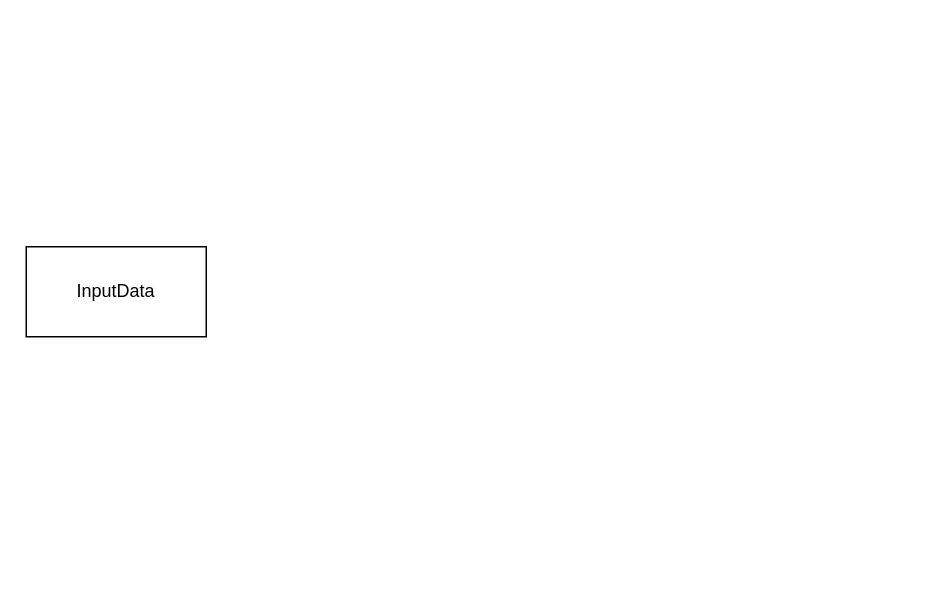
Earlier version of the draw.io diagram 名称未設定ファイル.drawio (ReoF777/chartSandBox). Source tidied: cells renumbered, new cells numbered last; positions are measured from the earlier drawing's top-left corner, leaving out a move shared by most shapes. Both pictures are drawn from the tidied source at 150%, with x=0, y=0 at pixel (26, 246).
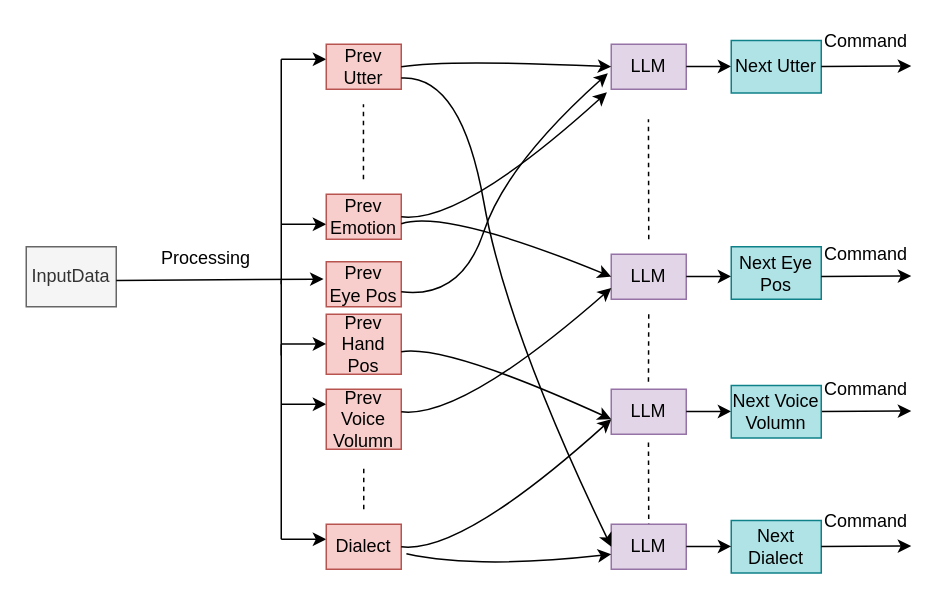
The same diagram, later.

Commit message (it also covers changes not shown here):
名称未設定ファイル.drawio を更新します

What changed in the source:
```diff
@@
-    <mxCell id="2" value="InputData" style="rounded=0;whiteSpace=wrap;html=1;" parent="1" vertex="1">
-      <mxGeometry width="120" height="60" as="geometry" />
+    <mxCell id="2" value="InputData" style="rounded=0;whiteSpace=wrap;html=1;fillColor=#f5f5f5;fontColor=#333333;strokeColor=#666666;" parent="1" vertex="1">
+      <mxGeometry width="60" height="40" as="geometry" />
     </mxCell>
+    <mxCell id="3" value="Prev Hand Pos" style="whiteSpace=wrap;html=1;rounded=0;fillColor=#f8cecc;strokeColor=#b85450;" parent="1" vertex="1">
+      <mxGeometry x="200" y="45" width="50" height="40" as="geometry" />
+    </mxCell>
+    <mxCell id="4" value="Prev Eye Pos" style="rounded=0;whiteSpace=wrap;html=1;fillColor=#f8cecc;strokeColor=#b85450;" parent="1" vertex="1">
+      <mxGeometry x="200" y="10" width="50" height="30" as="geometry" />
+    </mxCell>
+    <mxCell id="5" style="endArrow=none;html=1;rounded=0;" parent="1" edge="1">
+      <mxGeometry relative="1" as="geometry">
+        <mxPoint x="170" y="25" as="sourcePoint" />
+        <mxPoint x="170" y="-125" as="targetPoint" />
+      </mxGeometry>
+    </mxCell>
+    <mxCell id="6" style="endArrow=none;html=1;rounded=0;" parent="1" edge="1">
+      <mxGeometry relative="1" as="geometry">
+        <mxPoint x="170" y="195" as="sourcePoint" />
+        <mxPoint x="170" y="65" as="targetPoint" />
+      </mxGeometry>
+    </mxCell>
+    <mxCell id="7" style="endArrow=classic;html=1;rounded=0;" parent="1" edge="1">
+      <mxGeometry relative="1" as="geometry">
+        <mxPoint x="170" y="-15" as="sourcePoint" />
+        <mxPoint x="200" y="-15" as="targetPoint" />
+      </mxGeometry>
+    </mxCell>
+    <mxCell id="8" style="endArrow=classic;html=1;rounded=0;" parent="1" edge="1">
+      <mxGeometry relative="1" as="geometry">
+        <mxPoint x="170" y="-125" as="sourcePoint" />
+        <mxPoint x="200" y="-125" as="targetPoint" />
+      </mxGeometry>
+    </mxCell>
+    <mxCell id="9" style="endArrow=classic;html=1;rounded=0;" parent="1" edge="1">
+      <mxGeometry relative="1" as="geometry">
+        <mxPoint x="170" y="105" as="sourcePoint" />
+        <mxPoint x="200" y="105" as="targetPoint" />
+      </mxGeometry>
+    </mxCell>
+    <mxCell id="10" style="endArrow=classic;html=1;rounded=0;" parent="1" edge="1">
+      <mxGeometry relative="1" as="geometry">
+        <mxPoint x="170" y="195" as="sourcePoint" />
+        <mxPoint x="200" y="195" as="targetPoint" />
+      </mxGeometry>
+    </mxCell>
+    <mxCell id="11" style="endArrow=classic;html=1;rounded=0;" parent="1" edge="1">
+      <mxGeometry relative="1" as="geometry">
+        <mxPoint x="170" y="64.8" as="sourcePoint" />
+        <mxPoint x="200" y="64.8" as="targetPoint" />
+      </mxGeometry>
+    </mxCell>
+    <mxCell id="12" style="endArrow=classic;html=1;rounded=0;" parent="1" edge="1">
+      <mxGeometry relative="1" as="geometry">
+        <mxPoint x="530" y="109.8" as="sourcePoint" />
+        <mxPoint x="590" y="109.5" as="targetPoint" />
+      </mxGeometry>
+    </mxCell>
+    <mxCell id="13" style="endArrow=none;dashed=1;html=1;rounded=0;" parent="1" edge="1">
+      <mxGeometry relative="1" as="geometry">
+        <mxPoint x="225" y="175" as="sourcePoint" />
+        <mxPoint x="225" y="145" as="targetPoint" />
+      </mxGeometry>
+    </mxCell>
+    <mxCell id="14" value="LLM" style="whiteSpace=wrap;html=1;rounded=0;fillColor=#e1d5e7;strokeColor=#9673a6;" parent="1" vertex="1">
+      <mxGeometry x="390" y="5" width="50" height="30" as="geometry" />
+    </mxCell>
+    <mxCell id="15" value="Prev Utter" style="whiteSpace=wrap;html=1;rounded=0;fillColor=#f8cecc;strokeColor=#b85450;" parent="1" vertex="1">
+      <mxGeometry x="200" y="-135" width="50" height="30" as="geometry" />
+    </mxCell>
+    <mxCell id="16" value="LLM" style="whiteSpace=wrap;html=1;rounded=0;fillColor=#e1d5e7;strokeColor=#9673a6;" parent="1" vertex="1">
+      <mxGeometry x="390" y="-135" width="50" height="30" as="geometry" />
+    </mxCell>
+    <mxCell id="17" value="Prev Emotion" style="whiteSpace=wrap;html=1;rounded=0;fillColor=#f8cecc;strokeColor=#b85450;" parent="1" vertex="1">
+      <mxGeometry x="200" y="-35" width="50" height="30" as="geometry" />
+    </mxCell>
+    <mxCell id="18" value="Dialect" style="whiteSpace=wrap;html=1;rounded=0;fillColor=#f8cecc;strokeColor=#b85450;" parent="1" vertex="1">
+      <mxGeometry x="200" y="185" width="50" height="30" as="geometry" />
+    </mxCell>
+    <mxCell id="19" value="Prev Voice Volumn" style="whiteSpace=wrap;html=1;rounded=0;fillColor=#f8cecc;strokeColor=#b85450;" parent="1" vertex="1">
+      <mxGeometry x="200" y="95" width="50" height="40" as="geometry" />
+    </mxCell>
+    <mxCell id="20" value="LLM" style="whiteSpace=wrap;html=1;rounded=0;fillColor=#e1d5e7;strokeColor=#9673a6;" parent="1" vertex="1">
+      <mxGeometry x="390" y="95" width="50" height="30" as="geometry" />
+    </mxCell>
+    <mxCell id="21" style="endArrow=none;dashed=1;html=1;rounded=0;" parent="1" edge="1">
+      <mxGeometry relative="1" as="geometry">
+        <mxPoint x="224.8" y="-45" as="sourcePoint" />
+        <mxPoint x="224.8" y="-95" as="targetPoint" />
+      </mxGeometry>
+    </mxCell>
+    <mxCell id="22" style="curved=1;endArrow=classic;html=1;rounded=0;entryX=0;entryY=0.5;entryDx=0;entryDy=0;exitX=1;exitY=0.657;exitDx=0;exitDy=0;exitPerimeter=0;" parent="1" edge="1" source="17" target="14">
+      <mxGeometry relative="1" as="geometry">
+        <Array as="points">
+          <mxPoint x="280" y="-25" />
+        </Array>
+      </mxGeometry>
+    </mxCell>
+    <mxCell id="23" style="curved=1;endArrow=classic;html=1;rounded=0;exitX=1;exitY=0.5;exitDx=0;exitDy=0;entryX=-0.058;entryY=1.069;entryDx=0;entryDy=0;entryPerimeter=0;" parent="1" edge="1" source="17" target="16">
+      <mxGeometry relative="1" as="geometry">
+        <Array as="points">
+          <mxPoint x="290" y="-15" />
+        </Array>
+      </mxGeometry>
+    </mxCell>
+    <mxCell id="24" style="curved=1;endArrow=classic;html=1;rounded=0;exitX=1;exitY=0.5;exitDx=0;exitDy=0;entryX=0;entryY=0.5;entryDx=0;entryDy=0;" parent="1" edge="1" target="16">
+      <mxGeometry relative="1" as="geometry">
+        <mxPoint x="250" y="-120" as="sourcePoint" />
+        <Array as="points">
+          <mxPoint x="280" y="-125" />
+        </Array>
+      </mxGeometry>
+    </mxCell>
+    <mxCell id="25" style="curved=1;endArrow=classic;html=1;rounded=0;entryX=0;entryY=0.5;entryDx=0;entryDy=0;exitX=1;exitY=0.5;exitDx=0;exitDy=0;" parent="1" edge="1">
+      <mxGeometry relative="1" as="geometry">
+        <mxPoint x="250" y="70" as="sourcePoint" />
+        <mxPoint x="390" y="115" as="targetPoint" />
+        <Array as="points">
+          <mxPoint x="280" y="65" />
+        </Array>
+      </mxGeometry>
+    </mxCell>
+    <mxCell id="26" style="curved=1;endArrow=classic;html=1;rounded=0;exitX=1;exitY=0.5;exitDx=0;exitDy=0;" parent="1" edge="1">
+      <mxGeometry relative="1" as="geometry">
+        <mxPoint x="250" y="200" as="sourcePoint" />
+        <mxPoint x="390" y="115" as="targetPoint" />
+        <Array as="points">
+          <mxPoint x="290" y="205" />
+        </Array>
+      </mxGeometry>
+    </mxCell>
+    <mxCell id="27" style="curved=1;endArrow=classic;html=1;rounded=0;exitX=1;exitY=0.5;exitDx=0;exitDy=0;entryX=-0.046;entryY=0.646;entryDx=0;entryDy=0;entryPerimeter=0;" parent="1" edge="1" target="16">
+      <mxGeometry relative="1" as="geometry">
+        <mxPoint x="250" y="30" as="sourcePoint" />
+        <Array as="points">
+          <mxPoint x="290" y="35" />
+          <mxPoint x="320" y="-55" />
+        </Array>
+      </mxGeometry>
+    </mxCell>
+    <mxCell id="28" style="curved=1;endArrow=classic;html=1;rounded=0;exitX=1;exitY=0.5;exitDx=0;exitDy=0;entryX=0;entryY=0.75;entryDx=0;entryDy=0;" parent="1" edge="1" target="14">
+      <mxGeometry relative="1" as="geometry">
+        <mxPoint x="250" y="110" as="sourcePoint" />
+        <Array as="points">
+          <mxPoint x="290" y="115" />
+        </Array>
+      </mxGeometry>
+    </mxCell>
+    <mxCell id="29" style="endArrow=classic;html=1;rounded=0;" parent="1" edge="1">
+      <mxGeometry relative="1" as="geometry">
+        <mxPoint x="440" y="-120.2" as="sourcePoint" />
+        <mxPoint x="470" y="-120.2" as="targetPoint" />
+      </mxGeometry>
+    </mxCell>
+    <mxCell id="30" style="endArrow=classic;html=1;rounded=0;" parent="1" edge="1">
+      <mxGeometry relative="1" as="geometry">
+        <mxPoint x="440" y="109.8" as="sourcePoint" />
+        <mxPoint x="470" y="109.8" as="targetPoint" />
+      </mxGeometry>
+    </mxCell>
+    <mxCell id="31" style="endArrow=classic;html=1;rounded=0;" parent="1" edge="1">
+      <mxGeometry relative="1" as="geometry">
+        <mxPoint x="440" y="19.8" as="sourcePoint" />
+        <mxPoint x="470" y="19.8" as="targetPoint" />
+      </mxGeometry>
+    </mxCell>
+    <mxCell id="32" style="endArrow=none;dashed=1;html=1;rounded=0;" parent="1" edge="1">
+      <mxGeometry relative="1" as="geometry">
+        <mxPoint x="415" y="-5" as="sourcePoint" />
+        <mxPoint x="414.8" y="-85" as="targetPoint" />
+      </mxGeometry>
+    </mxCell>
+    <mxCell id="33" style="endArrow=none;dashed=1;html=1;rounded=0;" parent="1" edge="1">
+      <mxGeometry relative="1" as="geometry">
+        <mxPoint x="414.8" y="90" as="sourcePoint" />
+        <mxPoint x="415" y="45" as="targetPoint" />
+      </mxGeometry>
+    </mxCell>
+    <mxCell id="34" value="Next Utter" style="rounded=0;whiteSpace=wrap;html=1;fillColor=#b0e3e6;strokeColor=#0e8088;" parent="1" vertex="1">
+      <mxGeometry x="470" y="-137.5" width="60" height="35" as="geometry" />
+    </mxCell>
+    <mxCell id="35" value="Next Eye Pos" style="rounded=0;whiteSpace=wrap;html=1;fillColor=#b0e3e6;strokeColor=#0e8088;" parent="1" vertex="1">
+      <mxGeometry x="470" width="60" height="35" as="geometry" />
+    </mxCell>
+    <mxCell id="36" value="Next Voice Volumn" style="rounded=0;whiteSpace=wrap;html=1;fillColor=#b0e3e6;strokeColor=#0e8088;" parent="1" vertex="1">
+      <mxGeometry x="470" y="92.5" width="60" height="35" as="geometry" />
+    </mxCell>
+    <mxCell id="37" style="endArrow=none;dashed=1;html=1;rounded=0;" parent="1" edge="1">
+      <mxGeometry relative="1" as="geometry">
+        <mxPoint x="415" y="187.5" as="sourcePoint" />
+        <mxPoint x="414.8" y="127.5" as="targetPoint" />
+      </mxGeometry>
+    </mxCell>
+    <mxCell id="38" value="LLM" style="whiteSpace=wrap;html=1;rounded=0;fillColor=#e1d5e7;strokeColor=#9673a6;" parent="1" vertex="1">
+      <mxGeometry x="390" y="185" width="50" height="30" as="geometry" />
+    </mxCell>
+    <mxCell id="39" value="Next Dialect" style="rounded=0;whiteSpace=wrap;html=1;fillColor=#b0e3e6;strokeColor=#0e8088;" parent="1" vertex="1">
+      <mxGeometry x="470" y="182.5" width="60" height="35" as="geometry" />
+    </mxCell>
+    <mxCell id="40" style="endArrow=classic;html=1;rounded=0;" parent="1" edge="1">
+      <mxGeometry relative="1" as="geometry">
+        <mxPoint x="440" y="199.8" as="sourcePoint" />
+        <mxPoint x="470" y="199.8" as="targetPoint" />
+      </mxGeometry>
+    </mxCell>
+    <mxCell id="41" style="curved=1;endArrow=classic;html=1;rounded=0;exitX=1;exitY=0.75;exitDx=0;exitDy=0;entryX=0;entryY=0.5;entryDx=0;entryDy=0;" parent="1" edge="1" source="15" target="38">
+      <mxGeometry relative="1" as="geometry">
+        <Array as="points">
+          <mxPoint x="290" y="-115" />
+          <mxPoint x="320" y="55" />
+        </Array>
+      </mxGeometry>
+    </mxCell>
+    <mxCell id="42" style="curved=1;endArrow=classic;html=1;rounded=0;exitX=1.069;exitY=0.657;exitDx=0;exitDy=0;exitPerimeter=0;" parent="1" edge="1" source="18">
+      <mxGeometry relative="1" as="geometry">
+        <mxPoint x="390" y="205" as="targetPoint" />
+        <Array as="points">
+          <mxPoint x="300" y="215" />
+        </Array>
+      </mxGeometry>
+    </mxCell>
+    <mxCell id="43" value="Processing" style="text;html=1;align=center;verticalAlign=middle;whiteSpace=wrap;rounded=0;" parent="1" vertex="1">
+      <mxGeometry x="90" y="-7.5" width="60" height="30" as="geometry" />
+    </mxCell>
+    <mxCell id="44" style="endArrow=classic;html=1;rounded=0;entryX=-0.036;entryY=0.385;entryDx=0;entryDy=0;entryPerimeter=0;" parent="1" edge="1" target="4">
+      <mxGeometry relative="1" as="geometry">
+        <mxPoint x="60" y="22.5" as="sourcePoint" />
+      </mxGeometry>
+    </mxCell>
+    <mxCell id="45" style="endArrow=none;html=1;rounded=0;" parent="1" edge="1">
+      <mxGeometry relative="1" as="geometry">
+        <mxPoint x="170" y="72.5" as="sourcePoint" />
+        <mxPoint x="170" y="22.5" as="targetPoint" />
+      </mxGeometry>
+    </mxCell>
+    <mxCell id="46" style="endArrow=classic;html=1;rounded=0;" parent="1" edge="1">
+      <mxGeometry relative="1" as="geometry">
+        <mxPoint x="530" y="-120.2" as="sourcePoint" />
+        <mxPoint x="590" y="-120.5" as="targetPoint" />
+      </mxGeometry>
+    </mxCell>
+    <mxCell id="47" style="endArrow=classic;html=1;rounded=0;" parent="1" edge="1">
+      <mxGeometry relative="1" as="geometry">
+        <mxPoint x="530" y="199.8" as="sourcePoint" />
+        <mxPoint x="590" y="199.5" as="targetPoint" />
+      </mxGeometry>
+    </mxCell>
+    <mxCell id="48" style="endArrow=classic;html=1;rounded=0;" parent="1" edge="1">
+      <mxGeometry relative="1" as="geometry">
+        <mxPoint x="530" y="19.8" as="sourcePoint" />
+        <mxPoint x="590" y="19.5" as="targetPoint" />
+      </mxGeometry>
+    </mxCell>
+    <mxCell id="49" value="Command" style="text;html=1;align=center;verticalAlign=middle;whiteSpace=wrap;rounded=0;" parent="1" vertex="1">
+      <mxGeometry x="540" y="-147.5" width="40" height="20" as="geometry" />
+    </mxCell>
+    <mxCell id="50" value="Command" style="text;html=1;align=center;verticalAlign=middle;whiteSpace=wrap;rounded=0;" parent="1" vertex="1">
+      <mxGeometry x="540" y="-5" width="40" height="20" as="geometry" />
+    </mxCell>
+    <mxCell id="51" value="Command" style="text;html=1;align=center;verticalAlign=middle;whiteSpace=wrap;rounded=0;" parent="1" vertex="1">
+      <mxGeometry x="540" y="85" width="40" height="20" as="geometry" />
+    </mxCell>
+    <mxCell id="52" value="Command" style="text;html=1;align=center;verticalAlign=middle;whiteSpace=wrap;rounded=0;" parent="1" vertex="1">
+      <mxGeometry x="540" y="172.5" width="40" height="20" as="geometry" />
+    </mxCell>
```
